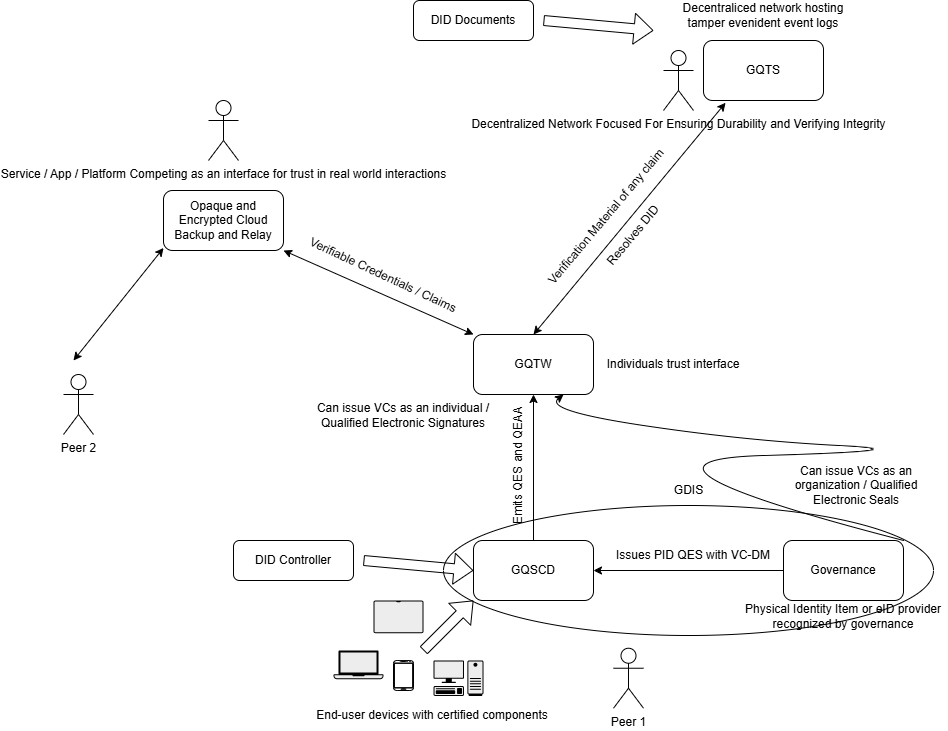
z-base/gidas keeps this draw.io diagram as gidas.drawio.png. Above is the earlier version. Source tidied: cells renumbered, new cells last; positions are measured from the earlier drawing's top-left corner, leaving out a move shared by most shapes.
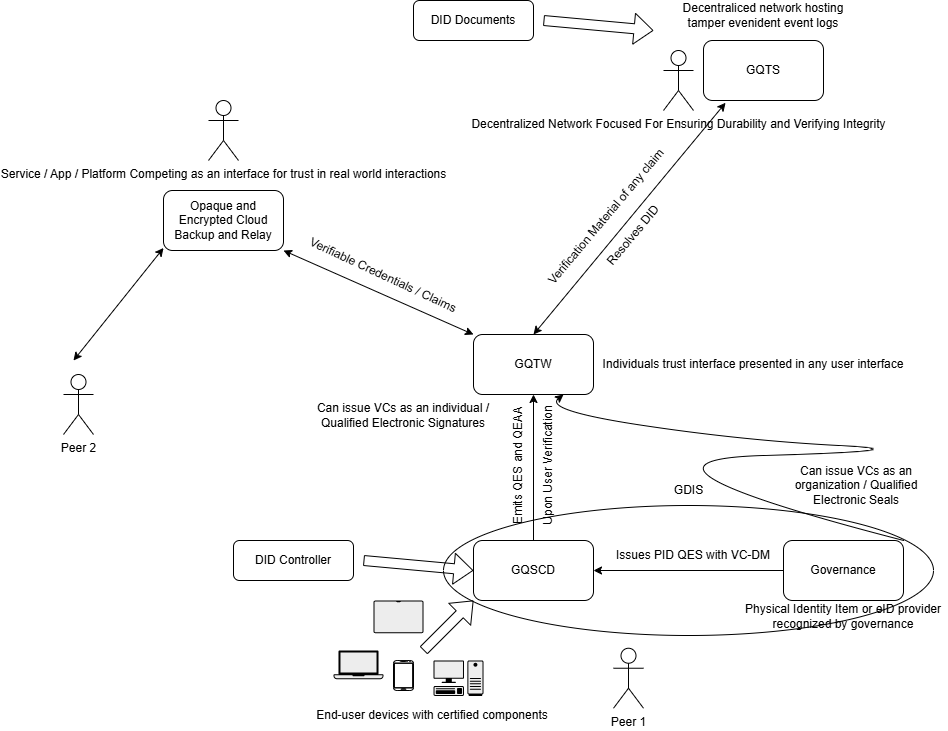
Above is the later version.

What changed in the source:
```diff
@@ -84,8 +84,8 @@
     <mxCell id="26" value="Verification Material of any claim" style="text;html=1;whiteSpace=wrap;strokeColor=none;fillColor=none;align=center;verticalAlign=middle;rounded=0;rotation=-50;" parent="1" vertex="1">
       <mxGeometry x="448.2" y="191.2" width="190" height="50" as="geometry" />
     </mxCell>
-    <mxCell id="27" value="Individuals trust interface" style="text;html=1;whiteSpace=wrap;strokeColor=none;fillColor=none;align=center;verticalAlign=middle;rounded=0;" parent="1" vertex="1">
-      <mxGeometry x="530" y="349" width="160" height="30" as="geometry" />
+    <mxCell id="27" value="Individuals trust interface presented in any user interface" style="text;html=1;whiteSpace=wrap;strokeColor=none;fillColor=none;align=center;verticalAlign=middle;rounded=0;" parent="1" vertex="1">
+      <mxGeometry x="510" y="349" width="360" height="30" as="geometry" />
     </mxCell>
     <mxCell id="28" style="endArrow=classic;startArrow=classic;html=1;rounded=0;entryX=0.445;entryY=1.009;entryDx=0;entryDy=0;entryPerimeter=0;" parent="1" edge="1">
       <mxGeometry relative="1" as="geometry">
@@ -133,5 +133,8 @@
     <mxCell id="38" value="DID Controller" style="rounded=1;whiteSpace=wrap;html=1;" parent="1" vertex="1">
       <mxGeometry x="170" y="540" width="120" height="40" as="geometry" />
     </mxCell>
+    <mxCell id="39" value="Upon User Verification" style="text;html=1;whiteSpace=wrap;strokeColor=none;fillColor=none;align=center;verticalAlign=middle;rounded=0;rotation=-90;" parent="1" vertex="1">
+      <mxGeometry x="420" y="440" width="130" height="50" as="geometry" />
+    </mxCell>
   </root>
 </mxGraphModel>
```
